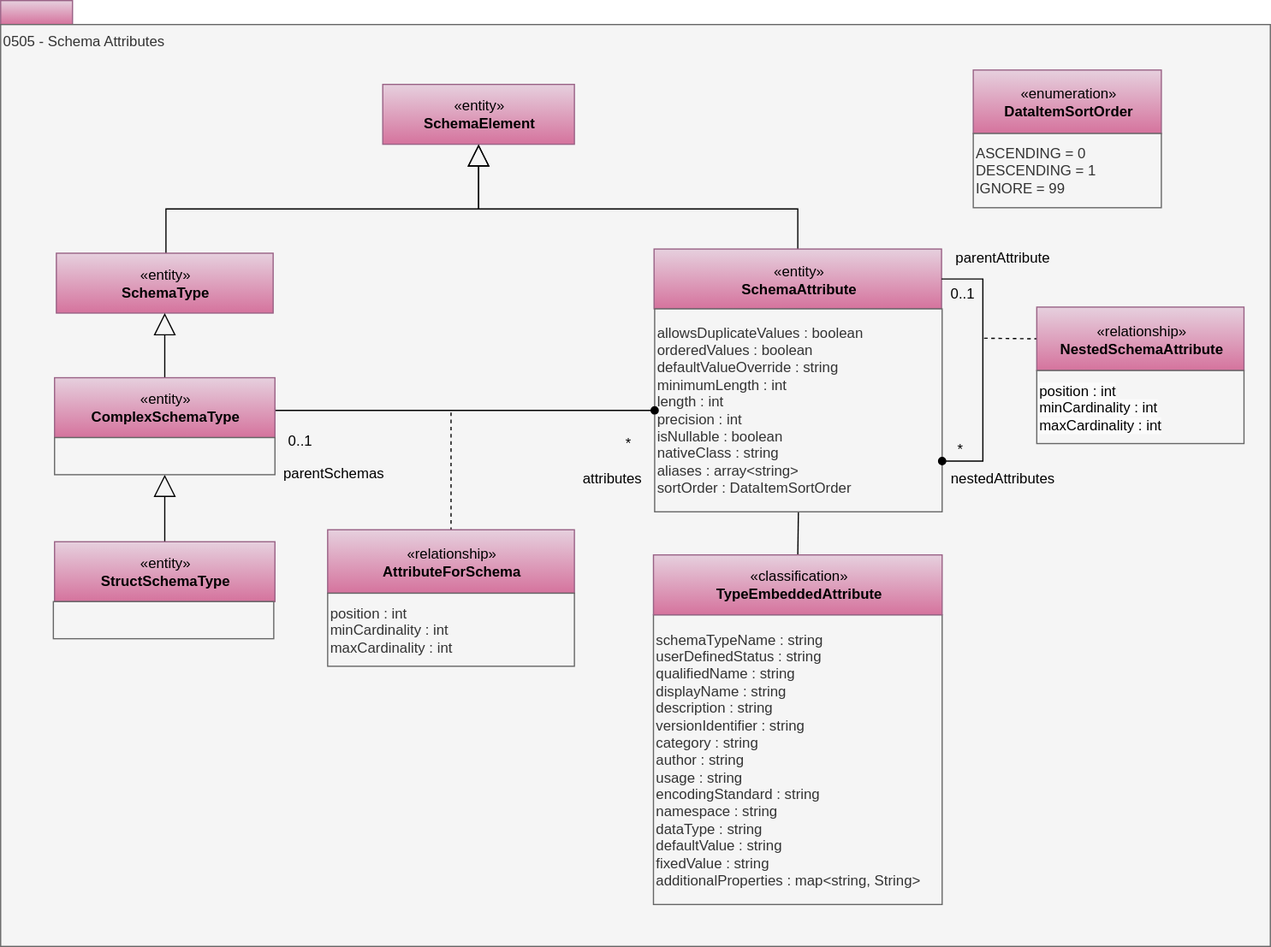
The draw.io diagram site/docs/types/5/0505-Schema-Attributes.svg in odpi/egeria-docs, before a commit. Source tidied: cells renumbered, new cells last; positions are measured from the earlier drawing's top-left corner, leaving out a move shared by most shapes. Its diagram source:
```xml
<mxGraphModel>
  <root>
    <mxCell id="0" />
    <mxCell id="1" parent="0" />
    <mxCell id="2" style="rounded=0;whiteSpace=wrap;html=1;align=left;fillColor=#e6d0de;strokeColor=#996185;gradientColor=#d5739d;" parent="1" vertex="1">
      <mxGeometry width="60" height="20" as="geometry" />
    </mxCell>
    <mxCell id="3" value="0505 - Schema Attributes" style="rounded=0;whiteSpace=wrap;html=1;align=left;verticalAlign=top;fillColor=#f5f5f5;fontColor=#333333;strokeColor=#666666;" parent="1" vertex="1">
      <mxGeometry y="20" width="1060" height="770" as="geometry" />
    </mxCell>
    <mxCell id="4" value="«entity»&lt;br&gt;&lt;b&gt;SchemaElement&lt;/b&gt;" style="html=1;strokeColor=#996185;align=center;fillColor=#e6d0de;gradientColor=#d5739d;" parent="1" vertex="1">
      <mxGeometry x="319" y="70" width="160" height="50" as="geometry" />
    </mxCell>
    <mxCell id="5" style="edgeStyle=orthogonalEdgeStyle;rounded=0;jettySize=auto;html=1;exitX=0.5;exitY=0;exitDx=0;exitDy=0;startArrow=none;startFill=0;startSize=6;endArrow=block;endFill=0;endSize=16;entryX=0.5;entryY=1;entryDx=0;entryDy=0;" parent="1" edge="1" source="6" target="4">
      <mxGeometry relative="1" as="geometry">
        <Array as="points">
          <mxPoint x="137" y="221" />
          <mxPoint x="138" y="221" />
          <mxPoint x="138" y="174" />
          <mxPoint x="399" y="174" />
        </Array>
      </mxGeometry>
    </mxCell>
    <mxCell id="6" value="«entity»&lt;br&gt;&lt;b&gt;SchemaType&lt;/b&gt;" style="html=1;strokeColor=#996185;align=center;fillColor=#e6d0de;gradientColor=#d5739d;" parent="1" vertex="1">
      <mxGeometry x="46.5" y="211" width="181" height="50" as="geometry" />
    </mxCell>
    <mxCell id="7" style="edgeStyle=orthogonalEdgeStyle;rounded=0;jettySize=auto;html=1;exitX=0.5;exitY=0;exitDx=0;exitDy=0;startSize=6;endArrow=none;endFill=0;endSize=16;entryX=0.5;entryY=1;entryDx=0;entryDy=0;" parent="1" edge="1" source="24" target="22">
      <mxGeometry relative="1" as="geometry" />
    </mxCell>
    <mxCell id="8" style="edgeStyle=orthogonalEdgeStyle;rounded=0;jettySize=auto;html=1;exitX=0.5;exitY=0;exitDx=0;exitDy=0;entryX=0.5;entryY=1;entryDx=0;entryDy=0;startSize=6;endArrow=block;endFill=0;endSize=16;" parent="1" edge="1" source="21" target="4">
      <mxGeometry relative="1" as="geometry">
        <Array as="points">
          <mxPoint x="666" y="174" />
          <mxPoint x="399" y="174" />
        </Array>
      </mxGeometry>
    </mxCell>
    <mxCell id="9" style="endArrow=none;dashed=1;html=1;edgeStyle=orthogonalEdgeStyle;rounded=0;entryX=0;entryY=0.5;entryDx=0;entryDy=0;" parent="1" edge="1" target="26">
      <mxGeometry relative="1" as="geometry">
        <mxPoint x="821" y="282" as="sourcePoint" />
      </mxGeometry>
    </mxCell>
    <mxCell id="10" value="parentAttribute" style="text;html=1;strokeColor=none;fillColor=none;align=center;verticalAlign=middle;whiteSpace=wrap;rounded=0;" parent="1" vertex="1">
      <mxGeometry x="783" y="204.5" width="107" height="20" as="geometry" />
    </mxCell>
    <mxCell id="11" value="nestedAttributes" style="text;html=1;strokeColor=none;fillColor=none;align=center;verticalAlign=middle;whiteSpace=wrap;rounded=0;" parent="1" vertex="1">
      <mxGeometry x="783" y="389.2" width="107" height="20" as="geometry" />
    </mxCell>
    <mxCell id="12" value="*" style="text;html=1;strokeColor=none;fillColor=none;align=center;verticalAlign=middle;whiteSpace=wrap;rounded=0;" parent="1" vertex="1">
      <mxGeometry x="781" y="364.5" width="40" height="20" as="geometry" />
    </mxCell>
    <mxCell id="13" value="0..1" style="text;html=1;strokeColor=none;fillColor=none;align=center;verticalAlign=middle;whiteSpace=wrap;rounded=0;" parent="1" vertex="1">
      <mxGeometry x="783" y="235" width="40" height="20" as="geometry" />
    </mxCell>
    <mxCell id="14" style="endArrow=none;dashed=1;html=1;" parent="1" edge="1" target="28">
      <mxGeometry relative="1" as="geometry">
        <mxPoint x="376" y="344" as="sourcePoint" />
      </mxGeometry>
    </mxCell>
    <mxCell id="15" style="edgeStyle=orthogonalEdgeStyle;rounded=0;jettySize=auto;html=1;exitX=0.5;exitY=0;exitDx=0;exitDy=0;entryX=0.5;entryY=1;entryDx=0;entryDy=0;endArrow=block;endFill=0;endSize=16;" parent="1" edge="1" source="33" target="6">
      <mxGeometry relative="1" as="geometry" />
    </mxCell>
    <mxCell id="16" value="*" style="text;html=1;strokeColor=none;fillColor=none;align=center;verticalAlign=middle;whiteSpace=wrap;rounded=0;" parent="1" vertex="1">
      <mxGeometry x="503.5" y="360" width="40" height="20" as="geometry" />
    </mxCell>
    <mxCell id="17" value="0..1" style="text;html=1;strokeColor=none;fillColor=none;align=center;verticalAlign=middle;whiteSpace=wrap;rounded=0;" parent="1" vertex="1">
      <mxGeometry x="230" y="358" width="40" height="20" as="geometry" />
    </mxCell>
    <mxCell id="18" value="attributes" style="text;html=1;strokeColor=none;fillColor=none;align=center;verticalAlign=middle;whiteSpace=wrap;rounded=0;" parent="1" vertex="1">
      <mxGeometry x="476.5" y="389.2" width="67" height="20" as="geometry" />
    </mxCell>
    <mxCell id="19" value="parentSchemas" style="text;html=1;strokeColor=none;fillColor=none;align=center;verticalAlign=middle;whiteSpace=wrap;rounded=0;" parent="1" vertex="1">
      <mxGeometry x="228" y="384.5" width="100" height="20" as="geometry" />
    </mxCell>
    <mxCell id="20" style="edgeStyle=orthogonalEdgeStyle;rounded=0;jettySize=auto;html=1;exitX=0.5;exitY=0;exitDx=0;exitDy=0;entryX=0.5;entryY=1;entryDx=0;entryDy=0;endArrow=block;endFill=0;endSize=16;" parent="1" edge="1" source="31" target="34">
      <mxGeometry relative="1" as="geometry" />
    </mxCell>
    <mxCell id="21" value="«entity»&lt;br&gt;&lt;b&gt;SchemaAttribute&lt;/b&gt;" style="html=1;strokeColor=#996185;align=center;fillColor=#e6d0de;gradientColor=#d5739d;" parent="1" vertex="1">
      <mxGeometry x="545.5" y="207.5" width="240" height="50" as="geometry" />
    </mxCell>
    <mxCell id="22" value="&lt;font style=&quot;white-space: normal&quot;&gt;allowsDuplicateValues : boolean&lt;br&gt;orderedValues : boolean&lt;br&gt;&lt;/font&gt;&lt;span&gt;defaultValueOverride : string&lt;br&gt;minimumLength : int&lt;br&gt;length : int&lt;br&gt;precision : int&lt;br&gt;isNullable : boolean&lt;br&gt;&lt;/span&gt;&lt;font style=&quot;white-space: normal&quot;&gt;nativeClass : string&lt;br&gt;aliases : array&amp;lt;string&amp;gt;&lt;br&gt;sortOrder : DataItemSortOrder&lt;br&gt;&lt;/font&gt;" style="rounded=0;whiteSpace=wrap;html=1;strokeColor=#666666;align=left;fontColor=#333333;fillColor=#f5f5f5;" parent="1" vertex="1">
      <mxGeometry x="546" y="257.5" width="240" height="169.5" as="geometry" />
    </mxCell>
    <mxCell id="23" value="schemaTypeName : string&lt;div&gt;userDefinedStatus : string&lt;br&gt;qualifiedName : string&lt;br&gt;displayName : string&lt;br&gt;description : string&lt;br&gt;versionIdentifier : string&lt;/div&gt;&lt;div&gt;category : string&lt;br&gt;author : string&lt;br&gt;usage : string&lt;br&gt;encodingStandard : string&lt;br&gt;namespace : string&lt;br&gt;dataType : string&lt;br&gt;defaultValue : string&lt;br&gt;fixedValue : string&lt;br&gt;additionalProperties : map&amp;lt;string, String&amp;gt;&lt;br&gt;&lt;div style=&quot;text-align: left&quot;&gt;&lt;/div&gt;&lt;/div&gt;" style="rounded=0;whiteSpace=wrap;html=1;strokeColor=#666666;align=left;fillColor=#f5f5f5;fontColor=#333333;" parent="1" vertex="1">
      <mxGeometry x="545" y="513" width="241" height="242" as="geometry" />
    </mxCell>
    <mxCell id="24" value="«classification»&lt;br&gt;&lt;b&gt;TypeEmbeddedAttribute&lt;/b&gt;" style="html=1;strokeColor=#996185;align=center;fillColor=#e6d0de;gradientColor=#d5739d;" parent="1" vertex="1">
      <mxGeometry x="545" y="463" width="241" height="50" as="geometry" />
    </mxCell>
    <mxCell id="25" style="edgeStyle=orthogonalEdgeStyle;rounded=0;jettySize=auto;html=1;entryX=1;entryY=0.75;entryDx=0;entryDy=0;fontColor=#FF0000;endArrow=oval;endFill=1;exitX=1;exitY=0.5;exitDx=0;exitDy=0;" parent="1" edge="1" source="21" target="22">
      <mxGeometry relative="1" as="geometry">
        <Array as="points">
          <mxPoint x="820" y="233" />
          <mxPoint x="820" y="385" />
        </Array>
      </mxGeometry>
    </mxCell>
    <mxCell id="26" value="«relationship»&lt;br&gt;&lt;b&gt;NestedSchemaAttribute&lt;/b&gt;" style="html=1;strokeColor=#996185;align=center;fillColor=#e6d0de;gradientColor=#d5739d;" parent="1" vertex="1">
      <mxGeometry x="865" y="256" width="173" height="53" as="geometry" />
    </mxCell>
    <mxCell id="27" value="&lt;span style=&quot;forced-color-adjust: none; color: rgb(0, 0, 0); font-family: Helvetica; font-size: 12px; font-style: normal; font-variant-ligatures: normal; font-variant-caps: normal; font-weight: 400; letter-spacing: normal; orphans: 2; text-indent: 0px; text-transform: none; widows: 2; word-spacing: 0px; -webkit-text-stroke-width: 0px; white-space: normal; background-color: rgb(251, 251, 251); text-decoration-thickness: initial; text-decoration-style: initial; text-decoration-color: initial;&quot;&gt;position : int&lt;/span&gt;&lt;br style=&quot;forced-color-adjust: none; color: rgb(0, 0, 0); font-family: Helvetica; font-size: 12px; font-style: normal; font-variant-ligatures: normal; font-variant-caps: normal; font-weight: 400; letter-spacing: normal; orphans: 2; text-indent: 0px; text-transform: none; widows: 2; word-spacing: 0px; -webkit-text-stroke-width: 0px; white-space: normal; background-color: rgb(251, 251, 251); text-decoration-thickness: initial; text-decoration-style: initial; text-decoration-color: initial;&quot;&gt;&lt;font style=&quot;forced-color-adjust: none; color: rgb(0, 0, 0); font-family: Helvetica; font-size: 12px; font-style: normal; font-variant-ligatures: normal; font-variant-caps: normal; font-weight: 400; letter-spacing: normal; orphans: 2; text-indent: 0px; text-transform: none; widows: 2; word-spacing: 0px; -webkit-text-stroke-width: 0px; white-space: normal; background-color: rgb(251, 251, 251); text-decoration-thickness: initial; text-decoration-style: initial; text-decoration-color: initial;&quot;&gt;minCardinality : int&lt;br style=&quot;forced-color-adjust: none;&quot;&gt;maxCardinality : int&lt;/font&gt;" style="rounded=0;whiteSpace=wrap;html=1;strokeColor=#666666;align=left;fillColor=#f5f5f5;fontColor=#333333;" parent="1" vertex="1">
      <mxGeometry x="865" y="309" width="173" height="61" as="geometry" />
    </mxCell>
    <mxCell id="28" value="«relationship»&lt;br&gt;&lt;b&gt;AttributeForSchema&lt;/b&gt;" style="html=1;strokeColor=#996185;align=center;fillColor=#e6d0de;gradientColor=#d5739d;" parent="1" vertex="1">
      <mxGeometry x="273" y="442" width="206" height="53" as="geometry" />
    </mxCell>
    <mxCell id="29" value="position : int&lt;br&gt;minCardinality : int&lt;br&gt;maxCardinality : int" style="rounded=0;whiteSpace=wrap;html=1;strokeColor=#666666;align=left;fillColor=#f5f5f5;fontColor=#333333;" parent="1" vertex="1">
      <mxGeometry x="273" y="495" width="206" height="61" as="geometry" />
    </mxCell>
    <mxCell id="30" style="edgeStyle=orthogonalEdgeStyle;rounded=0;jettySize=auto;html=1;exitX=1;exitY=0.5;exitDx=0;exitDy=0;entryX=0;entryY=0.5;entryDx=0;entryDy=0;endArrow=oval;endFill=1;" parent="1" edge="1" source="33" target="22">
      <mxGeometry relative="1" as="geometry">
        <Array as="points">
          <mxPoint x="229" y="342" />
        </Array>
      </mxGeometry>
    </mxCell>
    <mxCell id="31" value="«entity»&lt;br&gt;&lt;b&gt;StructSchemaType&lt;/b&gt;" style="html=1;strokeColor=#996185;align=center;fillColor=#e6d0de;gradientColor=#d5739d;" parent="1" vertex="1">
      <mxGeometry x="45" y="452" width="184" height="50" as="geometry" />
    </mxCell>
    <mxCell id="32" style="rounded=0;whiteSpace=wrap;html=1;strokeColor=#666666;align=center;fillColor=#f5f5f5;fontColor=#333333;" parent="1" vertex="1">
      <mxGeometry x="44" y="502" width="184" height="31" as="geometry" />
    </mxCell>
    <mxCell id="33" value="«entity»&lt;br&gt;&lt;b&gt;ComplexSchemaType&lt;/b&gt;" style="html=1;strokeColor=#996185;align=center;fillColor=#e6d0de;gradientColor=#d5739d;" parent="1" vertex="1">
      <mxGeometry x="45" y="315" width="184" height="50" as="geometry" />
    </mxCell>
    <mxCell id="34" style="rounded=0;whiteSpace=wrap;html=1;strokeColor=#666666;align=center;fillColor=#f5f5f5;fontColor=#333333;" parent="1" vertex="1">
      <mxGeometry x="45" y="365" width="184" height="31" as="geometry" />
    </mxCell>
    <mxCell id="35" value="«enumeration»&lt;br&gt;&lt;b&gt;DataItemSortOrder&lt;/b&gt;" style="html=1;strokeColor=#996185;align=center;fillColor=#e6d0de;gradientColor=#d5739d;" parent="1" vertex="1">
      <mxGeometry x="812" y="58" width="157" height="53" as="geometry" />
    </mxCell>
    <mxCell id="36" value="&lt;div&gt;ASCENDING = 0&lt;/div&gt;&lt;div&gt;DESCENDING = 1&lt;/div&gt;&lt;div&gt;IGNORE = 99&lt;/div&gt;" style="rounded=0;whiteSpace=wrap;html=1;strokeColor=#666666;align=left;fillColor=#f5f5f5;fontColor=#333333;" parent="1" vertex="1">
      <mxGeometry x="812" y="111" width="157" height="62" as="geometry" />
    </mxCell>
  </root>
</mxGraphModel>
```
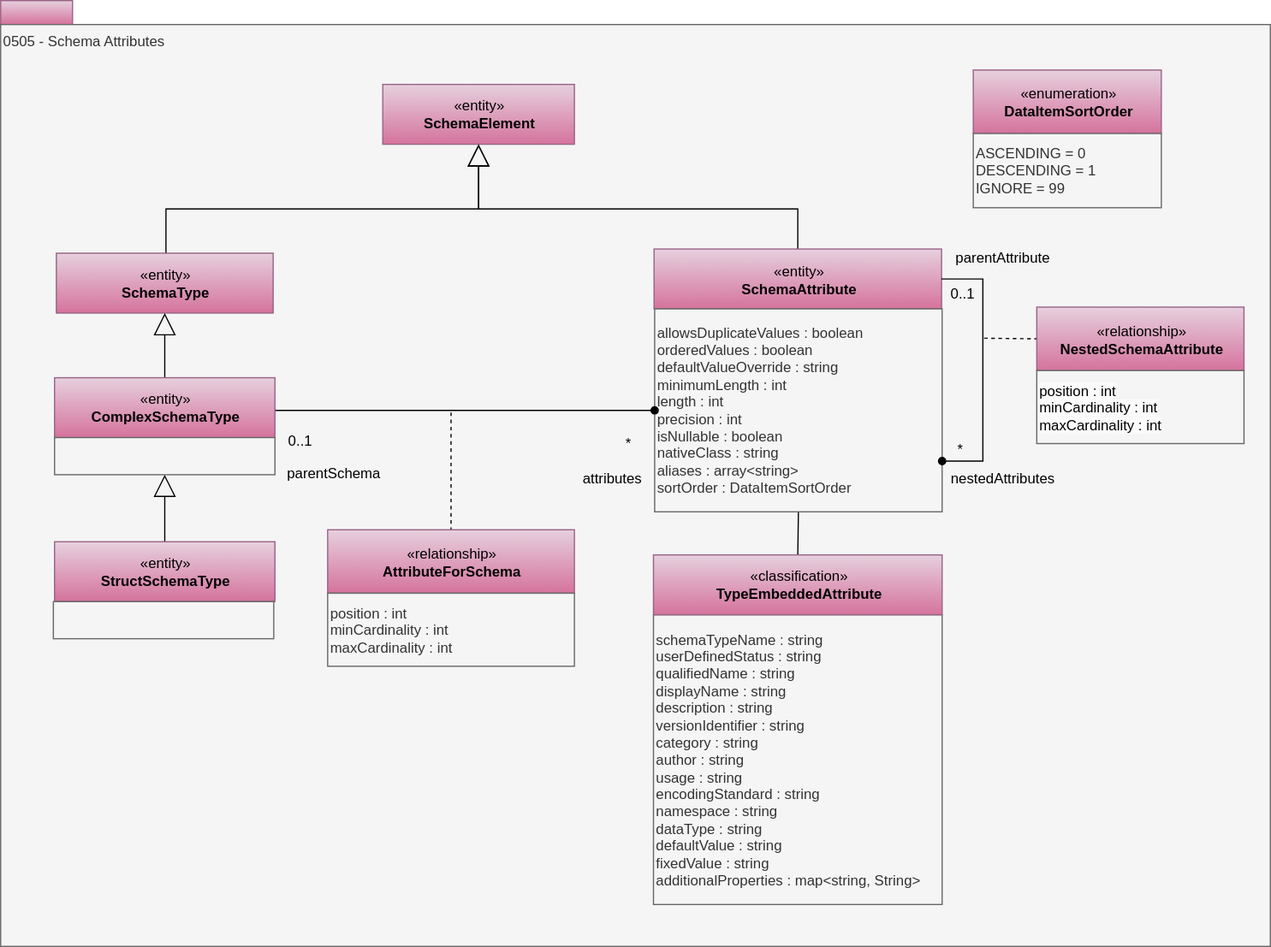
The same diagram one commit later.

What changed in the source:
```diff
@@ -69,7 +69,7 @@
     <mxCell id="18" value="attributes" style="text;html=1;strokeColor=none;fillColor=none;align=center;verticalAlign=middle;whiteSpace=wrap;rounded=0;" parent="1" vertex="1">
       <mxGeometry x="476.5" y="389.2" width="67" height="20" as="geometry" />
     </mxCell>
-    <mxCell id="19" value="parentSchemas" style="text;html=1;strokeColor=none;fillColor=none;align=center;verticalAlign=middle;whiteSpace=wrap;rounded=0;" parent="1" vertex="1">
+    <mxCell id="19" value="parentSchema" style="text;html=1;strokeColor=none;fillColor=none;align=center;verticalAlign=middle;whiteSpace=wrap;rounded=0;" parent="1" vertex="1">
       <mxGeometry x="228" y="384.5" width="100" height="20" as="geometry" />
     </mxCell>
     <mxCell id="20" style="edgeStyle=orthogonalEdgeStyle;rounded=0;jettySize=auto;html=1;exitX=0.5;exitY=0;exitDx=0;exitDy=0;entryX=0.5;entryY=1;entryDx=0;entryDy=0;endArrow=block;endFill=0;endSize=16;" parent="1" edge="1" source="31" target="34">
```
